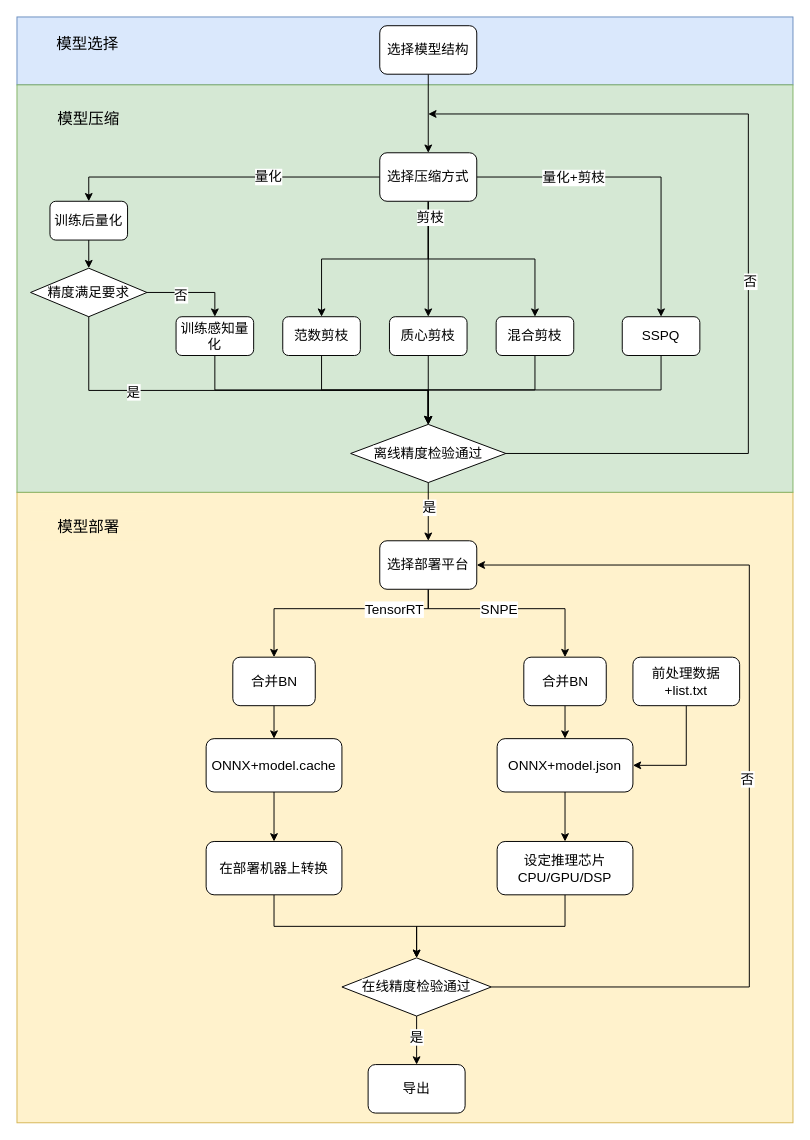
This is 工作流.drawio from JIANGBOFENG/MY_GIT_Repo, a draw.io file, before an edit. Source tidied: cells renumbered, new cells numbered last; positions are measured from the earlier drawing's top-left corner, leaving out a move shared by most shapes. Both pictures are drawn from the tidied source at 97%, with x=0, y=0 at pixel (16, 16).
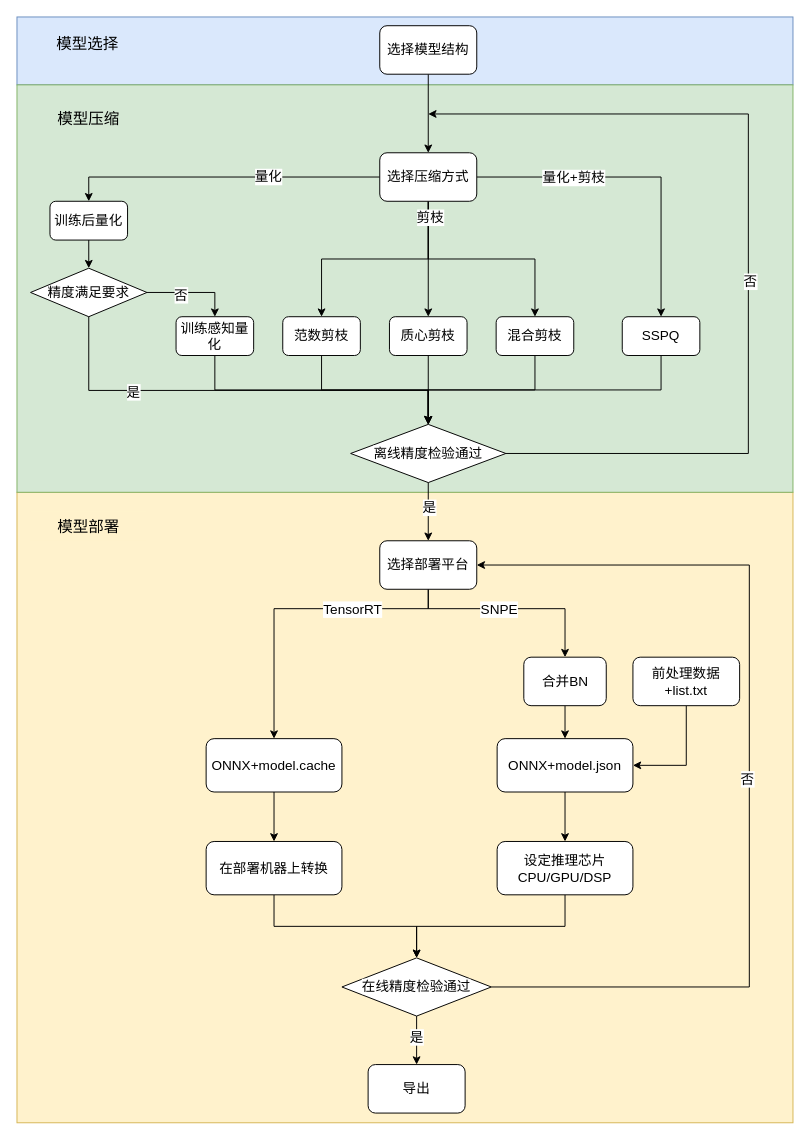
The same diagram, later.

Commit message:
更新工作流.drawio

The change refers to these unchanged cells:
```xml
<mxCell id="32" value="选择部署平台" style="rounded=1;whiteSpace=wrap;html=1;fontSize=14;" parent="1" vertex="1">
  <mxGeometry x="374" y="540" width="100" height="50" as="geometry" />
</mxCell>
<mxCell id="34" value="ONNX+model.cache" style="rounded=1;whiteSpace=wrap;html=1;fontSize=14;" parent="1" vertex="1">
  <mxGeometry x="195" y="744" width="140" height="55" as="geometry" />
</mxCell>
```

Change to the diagram source:
```diff
@@
-    <mxCell id="28" style="edgeStyle=orthogonalEdgeStyle;rounded=0;jettySize=auto;html=1;exitX=0.5;exitY=1;exitDx=0;exitDy=0;entryX=0.5;entryY=0;entryDx=0;entryDy=0;fontSize=14;" parent="1" edge="1" source="32" target="64">
+    <mxCell id="28" style="edgeStyle=orthogonalEdgeStyle;rounded=0;jettySize=auto;html=1;exitX=0.5;exitY=1;exitDx=0;exitDy=0;entryX=0.5;entryY=0;entryDx=0;entryDy=0;fontSize=14;" parent="1" edge="1" source="32" target="34">
       <mxGeometry relative="1" as="geometry">
         <Array as="points">
           <mxPoint x="424" y="610" />
           <mxPoint x="265" y="610" />
-          <mxPoint x="265" y="660" />
         </Array>
       </mxGeometry>
     </mxCell>
@@
-    <mxCell id="63" style="edgeStyle=orthogonalEdgeStyle;rounded=0;jettySize=auto;html=1;exitX=0.5;exitY=1;exitDx=0;exitDy=0;entryX=0.5;entryY=0;entryDx=0;entryDy=0;" parent="1" edge="1" source="64" target="34">
-      <mxGeometry relative="1" as="geometry" />
-    </mxCell>
-    <mxCell id="64" value="合并BN" style="rounded=1;whiteSpace=wrap;html=1;fontSize=14;" parent="1" vertex="1">
-      <mxGeometry x="222.5" y="660" width="85" height="50" as="geometry" />
-    </mxCell>
```
